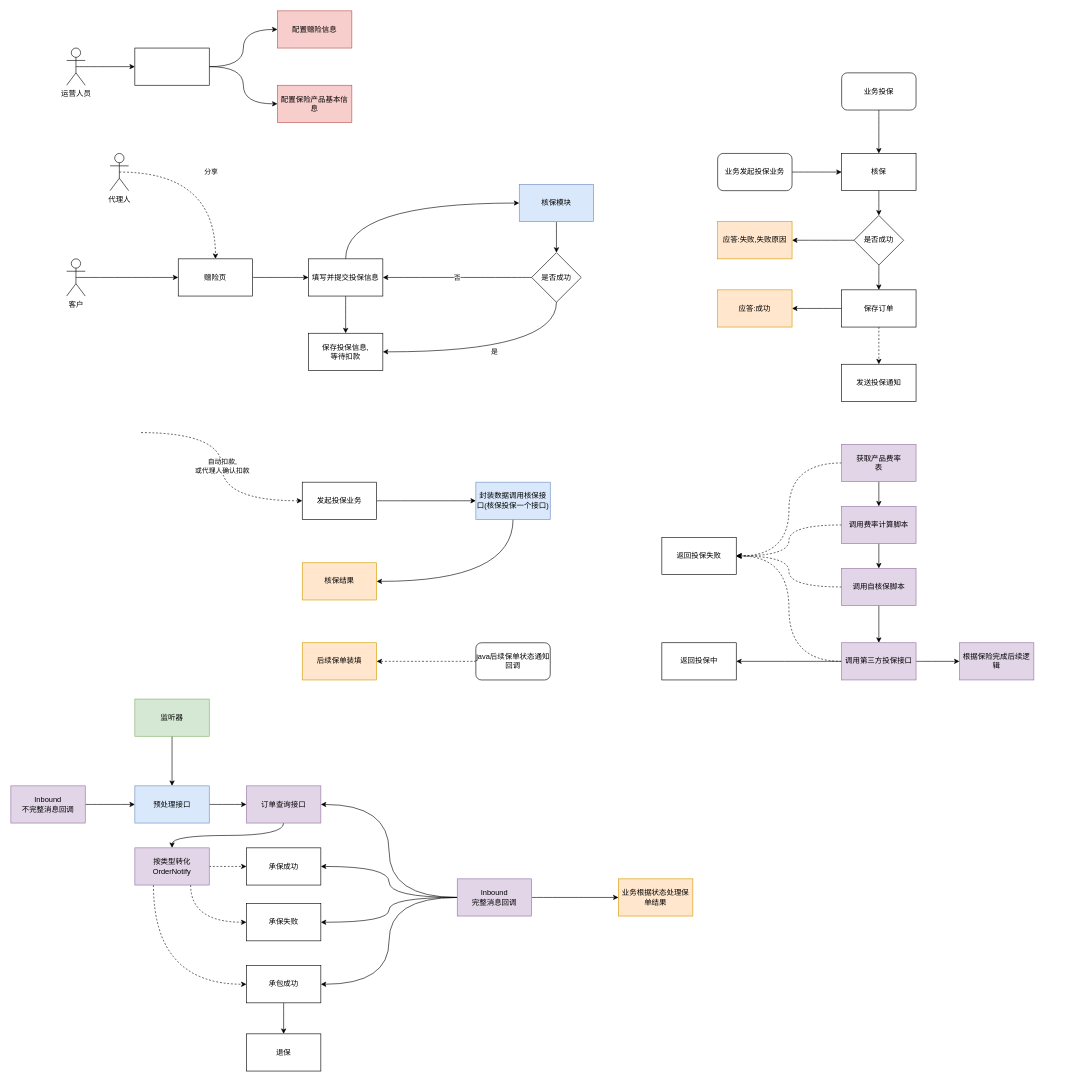
Above: StudyDemo/src/一份完整的赠险流程.drawio in keyeze/StudyPlace (draw.io), before the change. Source tidied: cells renumbered, new cells numbered last; positions are measured from the earlier drawing's top-left corner, leaving out a move shared by most shapes. Both pictures are drawn from the tidied source at 62%, with x=0, y=0 at pixel (11, 11).
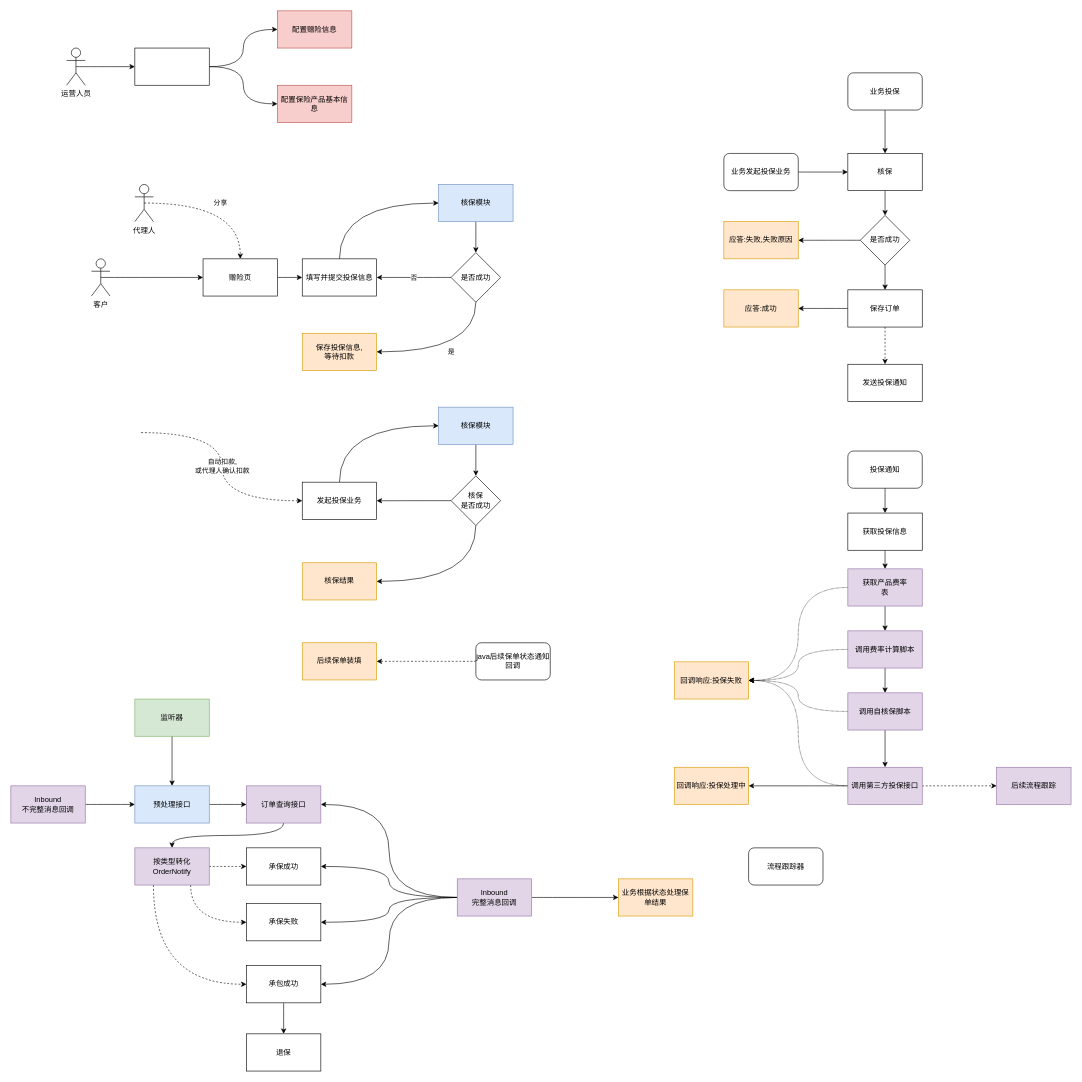
After the change.

Commit message:
更新一份完整的赠险流程.drawio

The change refers to these unchanged cells:
```xml
<mxCell id="18" value="发起投保业务" style="rounded=0;whiteSpace=wrap;html=1;" parent="1" vertex="1">
  <mxGeometry x="470" y="760.2" width="120" height="60" as="geometry" />
</mxCell>
<mxCell id="63" value="核保结果" style="rounded=0;whiteSpace=wrap;html=1;fillColor=#ffe6cc;strokeColor=#d79b00;" parent="1" vertex="1">
  <mxGeometry x="470" y="890.2" width="120" height="60" as="geometry" />
</mxCell>
```

The edit, as a diff of the source:
```diff
@@
     <mxCell id="8" value="赠险页" style="rounded=0;whiteSpace=wrap;html=1;" parent="1" vertex="1">
-      <mxGeometry x="270" y="400" width="120" height="60" as="geometry" />
+      <mxGeometry x="310" y="400" width="120" height="60" as="geometry" />
     </mxCell>
@@
     <mxCell id="10" value="代理人" style="shape=umlActor;verticalLabelPosition=bottom;labelBackgroundColor=#ffffff;verticalAlign=top;html=1;outlineConnect=0;" parent="1" vertex="1">
-      <mxGeometry x="160" y="230" width="30" height="60" as="geometry" />
+      <mxGeometry x="200" y="280" width="30" height="60" as="geometry" />
     </mxCell>
@@
     <mxCell id="12" value="客户" style="shape=umlActor;verticalLabelPosition=bottom;labelBackgroundColor=#ffffff;verticalAlign=top;html=1;outlineConnect=0;" parent="1" vertex="1">
-      <mxGeometry x="90" y="400" width="30" height="60" as="geometry" />
+      <mxGeometry x="130" y="400" width="30" height="60" as="geometry" />
     </mxCell>
-    <mxCell id="13" style="edgeStyle=orthogonalEdgeStyle;curved=1;jettySize=auto;html=1;exitX=0.5;exitY=1;exitDx=0;exitDy=0;entryX=0.5;entryY=0;entryDx=0;entryDy=0;" parent="1" edge="1" source="15" target="16">
-      <mxGeometry relative="1" as="geometry" />
-    </mxCell>
@@
     <mxCell id="15" value="填写并提交投保信息" style="rounded=0;whiteSpace=wrap;html=1;" parent="1" vertex="1">
-      <mxGeometry x="480" y="400" width="120" height="60" as="geometry" />
+      <mxGeometry x="470" y="400" width="120" height="60" as="geometry" />
     </mxCell>
-    <mxCell id="16" value="保存投保信息,&lt;br&gt;等待扣款" style="rounded=0;whiteSpace=wrap;html=1;" parent="1" vertex="1">
-      <mxGeometry x="480" y="520" width="120" height="60" as="geometry" />
+    <mxCell id="16" value="保存投保信息,&lt;br&gt;等待扣款" style="rounded=0;whiteSpace=wrap;html=1;fillColor=#ffe6cc;strokeColor=#d79b00;" parent="1" vertex="1">
+      <mxGeometry x="470" y="520" width="120" height="60" as="geometry" />
     </mxCell>
-    <mxCell id="17" style="edgeStyle=orthogonalEdgeStyle;curved=1;jettySize=auto;html=1;exitX=1;exitY=0.5;exitDx=0;exitDy=0;entryX=0;entryY=0.5;entryDx=0;entryDy=0;" parent="1" edge="1" source="18" target="21">
+    <mxCell id="17" style="edgeStyle=orthogonalEdgeStyle;curved=1;jettySize=auto;html=1;exitX=0.5;exitY=0;exitDx=0;exitDy=0;entryX=0;entryY=0.5;entryDx=0;entryDy=0;" parent="1" edge="1" source="18" target="89">
       <mxGeometry relative="1" as="geometry" />
     </mxCell>
@@
-    <mxCell id="20" style="edgeStyle=orthogonalEdgeStyle;curved=1;jettySize=auto;html=1;exitX=0.5;exitY=1;exitDx=0;exitDy=0;entryX=1;entryY=0.5;entryDx=0;entryDy=0;strokeColor=#000000;" parent="1" edge="1" source="21" target="63">
+    <mxCell id="20" style="edgeStyle=orthogonalEdgeStyle;curved=1;jettySize=auto;html=1;exitX=0.5;exitY=1;exitDx=0;exitDy=0;entryX=1;entryY=0.5;entryDx=0;entryDy=0;strokeColor=#000000;" parent="1" edge="1" source="91" target="63">
       <mxGeometry relative="1" as="geometry" />
     </mxCell>
-    <mxCell id="21" value="封装数据调用核保接口(核保投保一个接口)" style="rounded=0;whiteSpace=wrap;html=1;fillColor=#dae8fc;strokeColor=#6c8ebf;" parent="1" vertex="1">
-      <mxGeometry x="750" y="760.2" width="120" height="60" as="geometry" />
-    </mxCell>
@@
-    <mxCell id="47" style="edgeStyle=orthogonalEdgeStyle;jettySize=auto;html=1;exitX=0;exitY=0.5;exitDx=0;exitDy=0;entryX=1;entryY=0.5;entryDx=0;entryDy=0;strokeColor=#000000;curved=1;dashed=1;" parent="1" edge="1" source="48" target="60">
+    <mxCell id="47" style="edgeStyle=orthogonalEdgeStyle;jettySize=auto;html=1;exitX=0;exitY=0.5;exitDx=0;exitDy=0;entryX=1;entryY=0.5;entryDx=0;entryDy=0;strokeColor=#000000;curved=1;dashed=1;dashPattern=1 1;" parent="1" edge="1" source="48" target="60">
       <mxGeometry relative="1" as="geometry" />
     </mxCell>
     <mxCell id="48" value="获取产品费率&lt;br&gt;表" style="rounded=0;whiteSpace=wrap;html=1;fillColor=#e1d5e7;strokeColor=#9673a6;" parent="1" vertex="1">
-      <mxGeometry x="1340" y="699.2" width="120" height="60" as="geometry" />
+      <mxGeometry x="1350" y="900" width="120" height="60" as="geometry" />
     </mxCell>
@@
-    <mxCell id="50" style="edgeStyle=orthogonalEdgeStyle;curved=1;jettySize=auto;html=1;exitX=0;exitY=0.5;exitDx=0;exitDy=0;dashed=1;strokeColor=#000000;entryX=1;entryY=0.5;entryDx=0;entryDy=0;" parent="1" edge="1" source="51" target="60">
+    <mxCell id="50" style="edgeStyle=orthogonalEdgeStyle;curved=1;jettySize=auto;html=1;exitX=0;exitY=0.5;exitDx=0;exitDy=0;dashed=1;strokeColor=#000000;entryX=1;entryY=0.5;entryDx=0;entryDy=0;dashPattern=1 1;" parent="1" edge="1" source="51" target="60">
       <mxGeometry relative="1" as="geometry" />
     </mxCell>
     <mxCell id="51" value="调用费率计算脚本" style="rounded=0;whiteSpace=wrap;html=1;fillColor=#e1d5e7;strokeColor=#9673a6;" parent="1" vertex="1">
-      <mxGeometry x="1340" y="799.2" width="120" height="60" as="geometry" />
+      <mxGeometry x="1350" y="1000" width="120" height="60" as="geometry" />
     </mxCell>
@@
-    <mxCell id="53" style="edgeStyle=orthogonalEdgeStyle;curved=1;jettySize=auto;html=1;exitX=0;exitY=0.5;exitDx=0;exitDy=0;entryX=1;entryY=0.5;entryDx=0;entryDy=0;dashed=1;strokeColor=#000000;" parent="1" edge="1" source="54" target="60">
+    <mxCell id="53" style="edgeStyle=orthogonalEdgeStyle;curved=1;jettySize=auto;html=1;exitX=0;exitY=0.5;exitDx=0;exitDy=0;entryX=1;entryY=0.5;entryDx=0;entryDy=0;dashed=1;strokeColor=#000000;dashPattern=1 1;" parent="1" edge="1" source="54" target="60">
       <mxGeometry relative="1" as="geometry" />
     </mxCell>
     <mxCell id="54" value="调用自核保脚本" style="rounded=0;whiteSpace=wrap;html=1;fillColor=#e1d5e7;strokeColor=#9673a6;" parent="1" vertex="1">
-      <mxGeometry x="1340" y="899.2" width="120" height="60" as="geometry" />
+      <mxGeometry x="1350" y="1100" width="120" height="60" as="geometry" />
     </mxCell>
@@
-    <mxCell id="56" style="edgeStyle=orthogonalEdgeStyle;curved=1;jettySize=auto;html=1;exitX=0;exitY=0.5;exitDx=0;exitDy=0;entryX=1;entryY=0.5;entryDx=0;entryDy=0;strokeColor=#000000;dashed=1;" parent="1" edge="1" source="58" target="60">
+    <mxCell id="56" style="edgeStyle=orthogonalEdgeStyle;curved=1;jettySize=auto;html=1;exitX=0;exitY=0.5;exitDx=0;exitDy=0;entryX=1;entryY=0.5;entryDx=0;entryDy=0;strokeColor=#000000;dashed=1;dashPattern=1 1;" parent="1" edge="1" source="58" target="60">
       <mxGeometry relative="1" as="geometry" />
     </mxCell>
-    <mxCell id="57" style="edgeStyle=orthogonalEdgeStyle;curved=1;jettySize=auto;html=1;exitX=1;exitY=0.5;exitDx=0;exitDy=0;entryX=0;entryY=0.5;entryDx=0;entryDy=0;strokeColor=#000000;" parent="1" edge="1" source="58" target="64">
+    <mxCell id="57" style="edgeStyle=orthogonalEdgeStyle;curved=1;jettySize=auto;html=1;exitX=1;exitY=0.5;exitDx=0;exitDy=0;entryX=0;entryY=0.5;entryDx=0;entryDy=0;strokeColor=#000000;dashed=1;" parent="1" edge="1" source="58" target="64">
       <mxGeometry relative="1" as="geometry" />
     </mxCell>
     <mxCell id="58" value="调用第三方投保接口" style="rounded=0;whiteSpace=wrap;html=1;fillColor=#e1d5e7;strokeColor=#9673a6;" parent="1" vertex="1">
-      <mxGeometry x="1340" y="1019.2" width="120" height="60" as="geometry" />
+      <mxGeometry x="1350" y="1220" width="120" height="60" as="geometry" />
     </mxCell>
-    <mxCell id="59" value="返回投保中" style="rounded=0;whiteSpace=wrap;html=1;" parent="1" vertex="1">
-      <mxGeometry x="1050" y="1019.2" width="120" height="60" as="geometry" />
+    <mxCell id="59" value="回调响应:投保处理中" style="rounded=0;whiteSpace=wrap;html=1;fillColor=#ffe6cc;strokeColor=#d79b00;" parent="1" vertex="1">
+      <mxGeometry x="1070" y="1220" width="120" height="60" as="geometry" />
     </mxCell>
-    <mxCell id="60" value="返回投保失败" style="rounded=0;whiteSpace=wrap;html=1;" parent="1" vertex="1">
-      <mxGeometry x="1050" y="849.2" width="120" height="60" as="geometry" />
+    <mxCell id="60" value="回调响应:投保失败" style="rounded=0;whiteSpace=wrap;html=1;fillColor=#ffe6cc;strokeColor=#d79b00;" parent="1" vertex="1">
+      <mxGeometry x="1070" y="1050" width="120" height="60" as="geometry" />
     </mxCell>
@@
     <mxCell id="62" value="业务投保" style="rounded=1;whiteSpace=wrap;html=1;" parent="1" vertex="1">
-      <mxGeometry x="1340" y="100" width="120" height="60" as="geometry" />
+      <mxGeometry x="1350" y="100" width="120" height="60" as="geometry" />
     </mxCell>
@@
-    <mxCell id="64" value="根据保险完成后续逻辑" style="rounded=0;whiteSpace=wrap;html=1;fillColor=#e1d5e7;strokeColor=#9673a6;" parent="1" vertex="1">
-      <mxGeometry x="1530" y="1019.2" width="120" height="60" as="geometry" />
+    <mxCell id="64" value="后续流程跟踪" style="rounded=0;whiteSpace=wrap;html=1;fillColor=#e1d5e7;strokeColor=#9673a6;" parent="1" vertex="1">
+      <mxGeometry x="1590" y="1220" width="120" height="60" as="geometry" />
     </mxCell>
@@
     <mxCell id="69" value="核保" style="rounded=0;whiteSpace=wrap;html=1;" parent="1" vertex="1">
-      <mxGeometry x="1340" y="230" width="120" height="60" as="geometry" />
+      <mxGeometry x="1350" y="230" width="120" height="60" as="geometry" />
     </mxCell>
     <mxCell id="70" value="应答:成功" style="rounded=0;whiteSpace=wrap;html=1;fillColor=#ffe6cc;strokeColor=#d79b00;" parent="1" vertex="1">
-      <mxGeometry x="1140" y="450" width="120" height="60" as="geometry" />
+      <mxGeometry x="1150" y="450" width="120" height="60" as="geometry" />
     </mxCell>
@@
     <mxCell id="72" value="业务发起投保业务" style="rounded=1;whiteSpace=wrap;html=1;" parent="1" vertex="1">
-      <mxGeometry x="1140" y="230" width="120" height="60" as="geometry" />
+      <mxGeometry x="1150" y="230" width="120" height="60" as="geometry" />
     </mxCell>
     <mxCell id="73" value="发送投保通知" style="rounded=0;whiteSpace=wrap;html=1;" parent="1" vertex="1">
-      <mxGeometry x="1340" y="570" width="120" height="60" as="geometry" />
+      <mxGeometry x="1350" y="570" width="120" height="60" as="geometry" />
     </mxCell>
@@
     <mxCell id="75" value="是否成功" style="rhombus;whiteSpace=wrap;html=1;" parent="1" vertex="1">
-      <mxGeometry x="1360" y="330" width="80" height="80" as="geometry" />
+      <mxGeometry x="1370" y="330" width="80" height="80" as="geometry" />
     </mxCell>
@@
     <mxCell id="77" value="应答:失败,失败原因" style="rounded=0;whiteSpace=wrap;html=1;fillColor=#ffe6cc;strokeColor=#d79b00;" parent="1" vertex="1">
-      <mxGeometry x="1140" y="340" width="120" height="60" as="geometry" />
+      <mxGeometry x="1150" y="340" width="120" height="60" as="geometry" />
     </mxCell>
@@
     <mxCell id="79" value="核保模块" style="rounded=0;whiteSpace=wrap;html=1;fillColor=#dae8fc;strokeColor=#6c8ebf;" parent="1" vertex="1">
-      <mxGeometry x="820" y="280" width="120" height="60" as="geometry" />
+      <mxGeometry x="690" y="280" width="120" height="60" as="geometry" />
     </mxCell>
@@
     <mxCell id="82" value="是否成功" style="rhombus;whiteSpace=wrap;html=1;" parent="1" vertex="1">
-      <mxGeometry x="840" y="390" width="80" height="80" as="geometry" />
+      <mxGeometry x="710" y="390" width="80" height="80" as="geometry" />
     </mxCell>
@@
     <mxCell id="84" value="&lt;span style=&quot;white-space: normal&quot;&gt;保存订单&lt;/span&gt;" style="rounded=0;whiteSpace=wrap;html=1;" parent="1" vertex="1">
-      <mxGeometry x="1340" y="450" width="120" height="60" as="geometry" />
+      <mxGeometry x="1350" y="450" width="120" height="60" as="geometry" />
     </mxCell>
@@
+    <mxCell id="88" style="edgeStyle=orthogonalEdgeStyle;curved=1;jettySize=auto;html=1;exitX=0.5;exitY=1;exitDx=0;exitDy=0;" parent="1" edge="1" source="89" target="91">
+      <mxGeometry relative="1" as="geometry" />
+    </mxCell>
+    <mxCell id="89" value="核保模块" style="rounded=0;whiteSpace=wrap;html=1;fillColor=#dae8fc;strokeColor=#6c8ebf;" parent="1" vertex="1">
+      <mxGeometry x="690" y="639.2" width="120" height="60" as="geometry" />
+    </mxCell>
+    <mxCell id="90" style="edgeStyle=orthogonalEdgeStyle;jettySize=auto;html=1;exitX=0;exitY=0.5;exitDx=0;exitDy=0;entryX=1;entryY=0.5;entryDx=0;entryDy=0;curved=1;" parent="1" edge="1" source="91" target="18">
+      <mxGeometry relative="1" as="geometry" />
+    </mxCell>
+    <mxCell id="91" value="核保&lt;br&gt;是否成功" style="rhombus;whiteSpace=wrap;html=1;" parent="1" vertex="1">
+      <mxGeometry x="710" y="750" width="80" height="80" as="geometry" />
+    </mxCell>
+    <mxCell id="92" style="edgeStyle=orthogonalEdgeStyle;curved=1;jettySize=auto;html=1;exitX=0.5;exitY=1;exitDx=0;exitDy=0;entryX=0.5;entryY=0;entryDx=0;entryDy=0;" parent="1" edge="1" source="94" target="48">
+      <mxGeometry relative="1" as="geometry" />
+    </mxCell>
+    <mxCell id="93" value="投保通知" style="rounded=1;whiteSpace=wrap;html=1;" parent="1" vertex="1">
+      <mxGeometry x="1350" y="710" width="120" height="60" as="geometry" />
+    </mxCell>
+    <mxCell id="94" value="获取投保信息" style="rounded=0;whiteSpace=wrap;html=1;" parent="1" vertex="1">
+      <mxGeometry x="1350" y="810" width="120" height="60" as="geometry" />
+    </mxCell>
+    <mxCell id="95" style="edgeStyle=orthogonalEdgeStyle;curved=1;jettySize=auto;html=1;exitX=0.5;exitY=1;exitDx=0;exitDy=0;entryX=0.5;entryY=0;entryDx=0;entryDy=0;" parent="1" edge="1" source="93" target="94">
+      <mxGeometry relative="1" as="geometry" />
+    </mxCell>
+    <mxCell id="96" value="流程跟踪器" style="rounded=1;whiteSpace=wrap;html=1;" parent="1" vertex="1">
+      <mxGeometry x="1189.9" y="1350" width="120" height="60" as="geometry" />
+    </mxCell>
```
